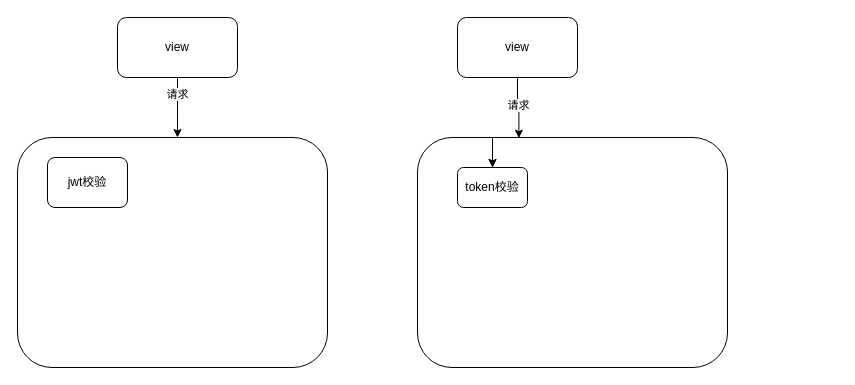
lishuai-0/picture_source_file_draw_io keeps this draw.io diagram as login_frame.drawio. Above is the earlier version. Source tidied: cells renumbered, new cells numbered last; positions are measured from the earlier drawing's top-left corner, leaving out a move shared by most shapes. Both pictures are drawn from the tidied source at 100%, with x=0, y=0 at pixel (17, 17).
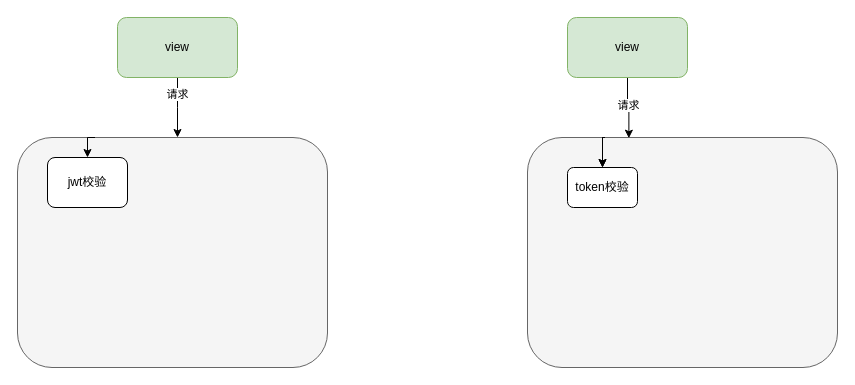
After the change.

Change to the diagram source:
```diff
@@
 <mxGraphModel>
   <root>
     <mxCell id="0" />
     <mxCell id="1" parent="0" />
+    <mxCell id="12" style="rounded=1;whiteSpace=wrap;html=1;fillColor=#f5f5f5;fontColor=#333333;strokeColor=#666666;" parent="1" vertex="1">
+      <mxGeometry y="120" width="310" height="230" as="geometry" />
+    </mxCell>
-    <mxCell id="2" style="rounded=1;whiteSpace=wrap;html=1;fontStyle=1;" parent="1" vertex="1">
-      <mxGeometry x="400" y="120" width="310" height="230" as="geometry" />
+    <mxCell id="2" style="rounded=1;whiteSpace=wrap;html=1;fontStyle=1;fillColor=#f5f5f5;fontColor=#333333;strokeColor=#666666;" parent="1" vertex="1">
+      <mxGeometry x="510" y="120" width="310" height="230" as="geometry" />
     </mxCell>
     <mxCell id="3" style="edgeStyle=orthogonalEdgeStyle;rounded=0;jettySize=auto;html=1;exitX=0.5;exitY=1;exitDx=0;exitDy=0;entryX=0.5;entryY=0;entryDx=0;entryDy=0;" parent="1" edge="1" source="5">
       <mxGeometry relative="1" as="geometry">
         <mxPoint x="160" y="120" as="targetPoint" />
       </mxGeometry>
     </mxCell>
     <mxCell id="4" value="请求" style="edgeLabel;html=1;align=center;verticalAlign=middle;" parent="3" vertex="1">
       <mxGeometry x="-0.46" y="-1" relative="1" as="geometry" />
     </mxCell>
-    <mxCell id="5" value="view" style="rounded=1;whiteSpace=wrap;html=1;" parent="1" vertex="1">
+    <mxCell id="5" value="view" style="rounded=1;whiteSpace=wrap;html=1;fillColor=#d5e8d4;strokeColor=#82b366;" parent="1" vertex="1">
       <mxGeometry x="100" width="120" height="60" as="geometry" />
     </mxCell>
     <mxCell id="6" style="edgeStyle=orthogonalEdgeStyle;rounded=0;jettySize=auto;html=1;exitX=0.5;exitY=1;exitDx=0;exitDy=0;entryX=0.327;entryY=0.003;entryDx=0;entryDy=0;entryPerimeter=0;" parent="1" edge="1" source="8" target="2">
       <mxGeometry relative="1" as="geometry" />
     </mxCell>
     <mxCell id="7" value="请求" style="edgeLabel;html=1;align=center;verticalAlign=middle;" parent="6" vertex="1">
       <mxGeometry x="-0.12" relative="1" as="geometry" />
     </mxCell>
-    <mxCell id="8" value="view" style="rounded=1;whiteSpace=wrap;html=1;" parent="1" vertex="1">
-      <mxGeometry x="440" width="120" height="60" as="geometry" />
+    <mxCell id="8" value="view" style="rounded=1;whiteSpace=wrap;html=1;fillColor=#d5e8d4;strokeColor=#82b366;" parent="1" vertex="1">
+      <mxGeometry x="550" width="120" height="60" as="geometry" />
     </mxCell>
     <mxCell id="9" style="edgeStyle=orthogonalEdgeStyle;rounded=0;jettySize=auto;html=1;exitX=0.25;exitY=0;exitDx=0;exitDy=0;entryX=0.5;entryY=0;entryDx=0;entryDy=0;" parent="1" edge="1" source="2" target="11">
       <mxGeometry relative="1" as="geometry" />
     </mxCell>
     <mxCell id="10" style="edgeStyle=orthogonalEdgeStyle;rounded=0;jettySize=auto;html=1;exitX=0.25;exitY=0;exitDx=0;exitDy=0;entryX=0.5;entryY=0;entryDx=0;entryDy=0;" parent="1" edge="1" source="2" target="11">
       <mxGeometry relative="1" as="geometry" />
     </mxCell>
     <mxCell id="11" value="token校验" style="rounded=1;whiteSpace=wrap;html=1;" parent="1" vertex="1">
-      <mxGeometry x="440" y="150" width="70" height="40" as="geometry" />
+      <mxGeometry x="550" y="150" width="70" height="40" as="geometry" />
     </mxCell>
-    <mxCell id="12" style="rounded=1;whiteSpace=wrap;html=1;" parent="1" vertex="1">
-      <mxGeometry y="120" width="310" height="230" as="geometry" />
-    </mxCell>
+    <mxCell id="14" style="edgeStyle=orthogonalEdgeStyle;rounded=0;jettySize=auto;html=1;exitX=0.25;exitY=0;exitDx=0;exitDy=0;entryX=0.5;entryY=0;entryDx=0;entryDy=0;" parent="1" edge="1" source="12" target="13">
+      <mxGeometry relative="1" as="geometry" />
+    </mxCell>
     <mxCell id="13" value="jwt校验" style="rounded=1;whiteSpace=wrap;html=1;" parent="1" vertex="1">
       <mxGeometry x="30" y="140" width="80" height="50" as="geometry" />
     </mxCell>
   </root>
 </mxGraphModel>
```
